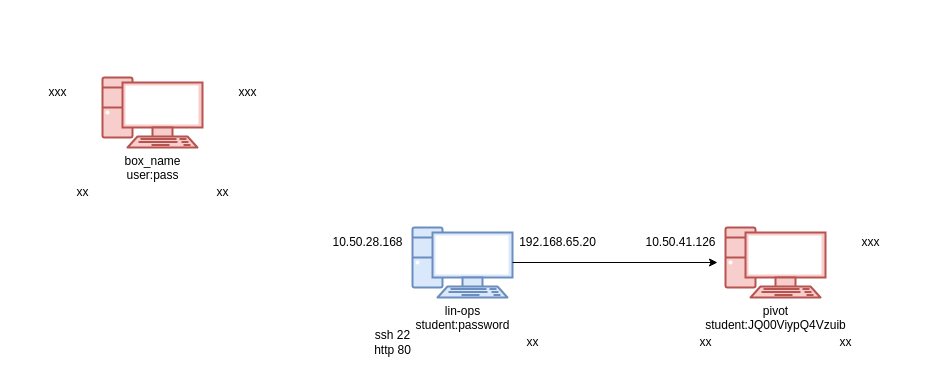
wifi96h/new keeps this draw.io diagram as CCTC/SEC/_template_.drawio. Above is the earlier version. Source tidied: cells renumbered, new cells numbered last; positions are measured from the earlier drawing's top-left corner, leaving out a move shared by most shapes. Both pictures are drawn from the tidied source at 100%, with x=0, y=0 at pixel (37, 57).
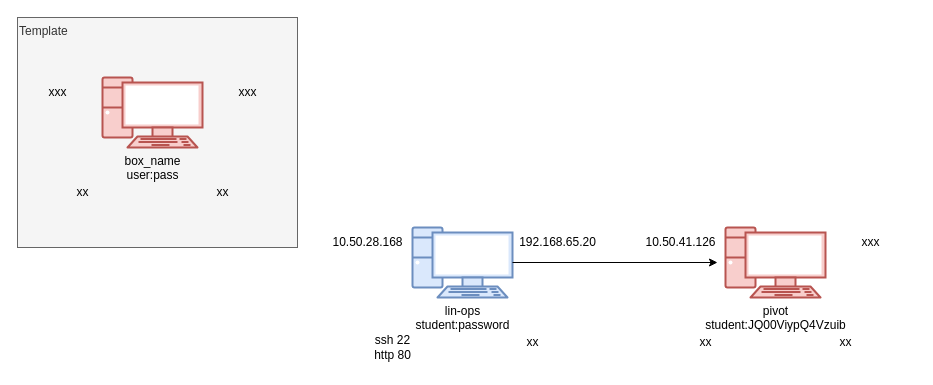
The same diagram, later.

The change refers to these unchanged cells:
```xml
<mxCell id="10" style="group;" parent="9" vertex="1">
  <mxGeometry y="20" width="230" height="135" as="geometry" />
</mxCell>
```

What changed in the source:
```diff
@@
+    <mxCell id="24" value="Template" style="whiteSpace=wrap;html=1;verticalAlign=top;align=left;fillColor=#f5f5f5;fontColor=#333333;strokeColor=#666666;" parent="1" vertex="1">
+      <mxGeometry x="-20" y="-40" width="280" height="230" as="geometry" />
+    </mxCell>
@@
     <mxCell id="12" value="ssh 22&lt;div&gt;http 80&lt;/div&gt;" style="text;html=1;align=center;verticalAlign=middle;strokeColor=none;fillColor=none;" parent="10" vertex="1">
-      <mxGeometry x="-15" y="95" width="60" height="40" as="geometry" />
+      <mxGeometry x="-15" y="100" width="60" height="40" as="geometry" />
     </mxCell>
```
